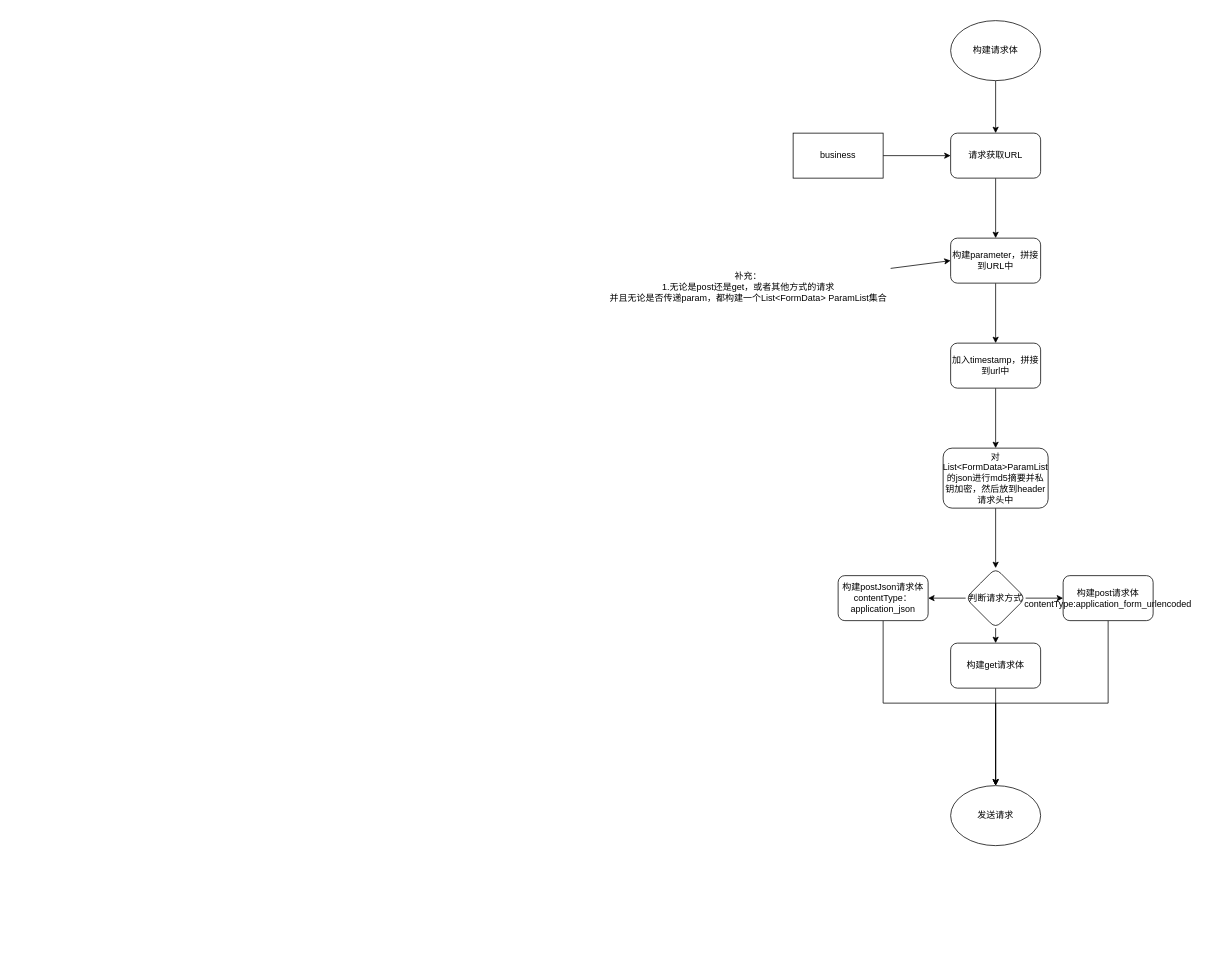
Above: Untitled Diagram.drawio in KiraYoushikage/train_myblog (draw.io), before the change. Source tidied: cells renumbered, new cells numbered last; positions are measured from the earlier drawing's top-left corner, leaving out a move shared by most shapes. Both pictures are drawn from the tidied source at 75%, with x=0, y=0 at pixel (605, 20).
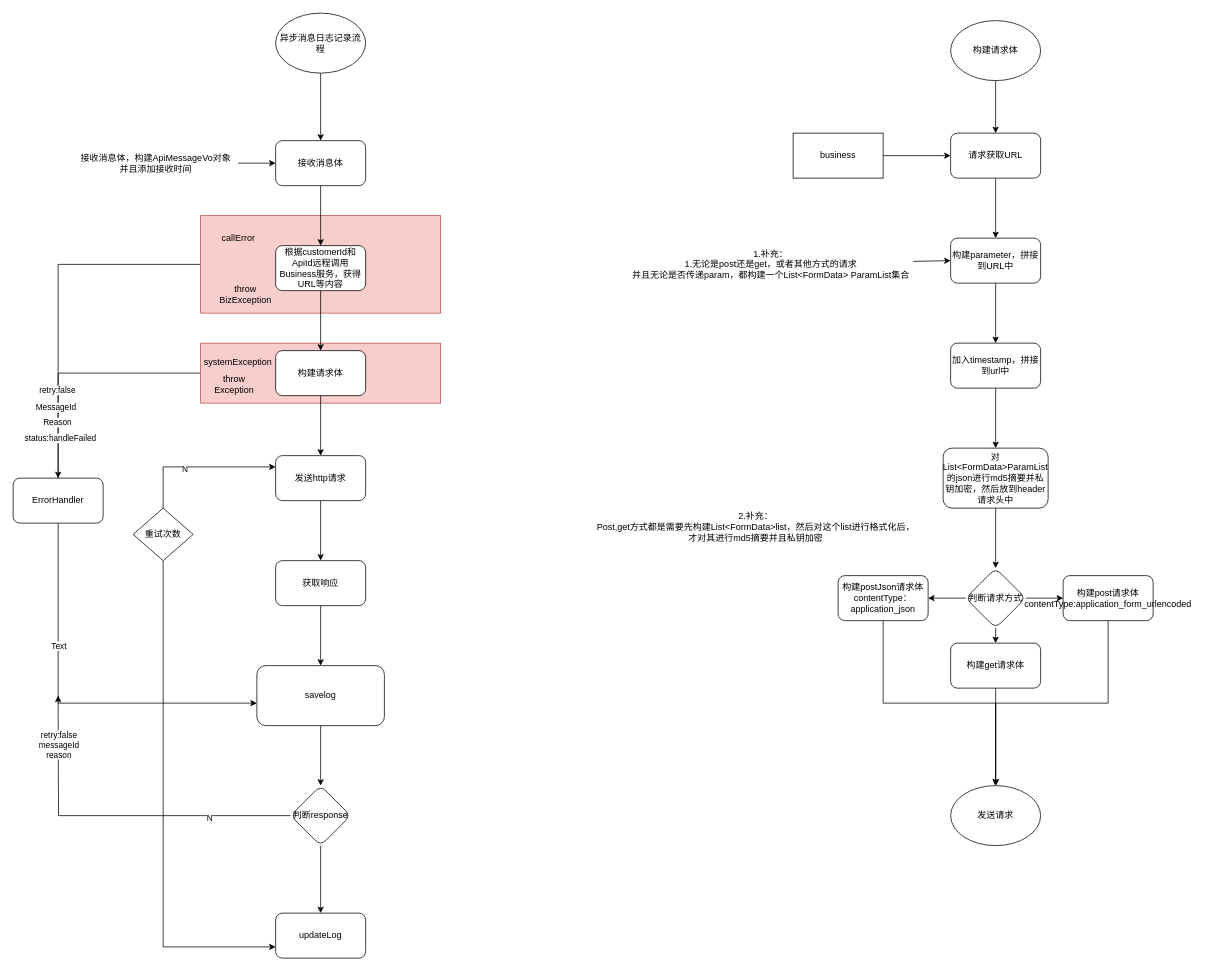
The same page after the edit.

Diff of the diagram source:
```diff
@@
+    <mxCell id="27" style="edgeStyle=orthogonalEdgeStyle;rounded=0;jettySize=auto;html=1;" parent="1" edge="1" source="28">
+      <mxGeometry relative="1" as="geometry">
+        <mxPoint x="-730" y="610" as="targetPoint" />
+        <Array as="points">
+          <mxPoint x="-730" y="470" />
+          <mxPoint x="-730" y="520" />
+        </Array>
+      </mxGeometry>
+    </mxCell>
+    <mxCell id="28" style="rounded=0;whiteSpace=wrap;html=1;fillColor=#f8cecc;strokeColor=#b85450;" parent="1" vertex="1">
+      <mxGeometry x="-540" y="430" width="320" height="80" as="geometry" />
+    </mxCell>
+    <mxCell id="29" style="edgeStyle=orthogonalEdgeStyle;rounded=0;jettySize=auto;html=1;" parent="1" edge="1" source="35" target="48">
+      <mxGeometry relative="1" as="geometry">
+        <Array as="points">
+          <mxPoint x="-730" y="325" />
+          <mxPoint x="-730" y="910" />
+        </Array>
+      </mxGeometry>
+    </mxCell>
+    <mxCell id="30" value="retry:false&lt;br&gt;" style="edgeLabel;html=1;align=center;verticalAlign=middle;" parent="29" vertex="1">
+      <mxGeometry x="-0.3" y="-2" relative="1" as="geometry">
+        <mxPoint y="-7" as="offset" />
+      </mxGeometry>
+    </mxCell>
+    <mxCell id="31" value="MessageId" style="edgeLabel;html=1;align=center;verticalAlign=middle;" parent="29" vertex="1">
+      <mxGeometry x="-0.27" y="-4" relative="1" as="geometry" />
+    </mxCell>
+    <mxCell id="32" value="Reason" style="edgeLabel;html=1;align=center;verticalAlign=middle;" parent="29" vertex="1">
+      <mxGeometry x="-0.23" y="-2" relative="1" as="geometry" />
+    </mxCell>
+    <mxCell id="33" value="status:handleFailed" style="edgeLabel;html=1;align=center;verticalAlign=middle;" parent="29" vertex="1">
+      <mxGeometry x="-0.19" y="2" relative="1" as="geometry" />
+    </mxCell>
+    <mxCell id="34" value="Text" style="edgeLabel;html=1;align=center;verticalAlign=middle;" parent="29" vertex="1">
+      <mxGeometry x="0.34" relative="1" as="geometry">
+        <mxPoint y="1" as="offset" />
+      </mxGeometry>
+    </mxCell>
+    <mxCell id="35" style="rounded=0;whiteSpace=wrap;html=1;fillColor=#f8cecc;strokeColor=#b85450;" parent="1" vertex="1">
+      <mxGeometry x="-540" y="260" width="320" height="130" as="geometry" />
+    </mxCell>
@@
-    <mxCell id="13" value="补充：&lt;br&gt;1.无论是post还是get，或者其他方式的请求&lt;br&gt;并且无论是否传递param，都构建一个List&amp;lt;FormData&amp;gt; ParamList集合" style="text;html=1;align=center;verticalAlign=middle;points=[];strokeColor=none;fillColor=none;" parent="1" vertex="1">
-      <mxGeometry y="330" width="380" height="50" as="geometry" />
+    <mxCell id="13" value="1.补充：&lt;br&gt;1.无论是post还是get，或者其他方式的请求&lt;br&gt;并且无论是否传递param，都构建一个List&amp;lt;FormData&amp;gt; ParamList集合" style="text;html=1;align=center;verticalAlign=middle;points=[];strokeColor=none;fillColor=none;" parent="1" vertex="1">
+      <mxGeometry x="30" y="300" width="380" height="50" as="geometry" />
     </mxCell>
@@
+    <mxCell id="36" value="2.补充：&lt;br&gt;Post,get方式都是需要先构建List&amp;lt;FormData&amp;gt;list，然后对这个list进行格式化后，&lt;br&gt;才对其进行md5摘要并且私钥加密" style="text;html=1;align=center;verticalAlign=middle;strokeColor=none;fillColor=none;" parent="1" vertex="1">
+      <mxGeometry x="-20" y="650" width="440" height="50" as="geometry" />
+    </mxCell>
+    <mxCell id="37" style="edgeStyle=orthogonalEdgeStyle;rounded=0;jettySize=auto;html=1;" parent="1" edge="1" source="38" target="40">
+      <mxGeometry relative="1" as="geometry" />
+    </mxCell>
+    <mxCell id="38" value="异步消息日志记录流程" style="ellipse;whiteSpace=wrap;html=1;" parent="1" vertex="1">
+      <mxGeometry x="-440" y="-10" width="120" height="80" as="geometry" />
+    </mxCell>
+    <mxCell id="39" style="edgeStyle=orthogonalEdgeStyle;rounded=0;jettySize=auto;html=1;" parent="1" edge="1" source="40" target="44">
+      <mxGeometry relative="1" as="geometry" />
+    </mxCell>
+    <mxCell id="40" value="接收消息体" style="rounded=1;whiteSpace=wrap;html=1;" parent="1" vertex="1">
+      <mxGeometry x="-440" y="160" width="120" height="60" as="geometry" />
+    </mxCell>
+    <mxCell id="41" style="edgeStyle=orthogonalEdgeStyle;rounded=0;jettySize=auto;html=1;" parent="1" edge="1" source="42" target="40">
+      <mxGeometry relative="1" as="geometry" />
+    </mxCell>
+    <mxCell id="42" value="接收消息体，构建ApiMessageVo对象&lt;br&gt;并且添加接收时间" style="text;html=1;align=center;verticalAlign=middle;points=[];strokeColor=none;fillColor=none;" parent="1" vertex="1">
+      <mxGeometry x="-710" y="175" width="220" height="30" as="geometry" />
+    </mxCell>
+    <mxCell id="43" style="edgeStyle=orthogonalEdgeStyle;rounded=0;jettySize=auto;html=1;" parent="1" edge="1" source="44" target="46">
+      <mxGeometry relative="1" as="geometry" />
+    </mxCell>
+    <mxCell id="44" value="根据customerId和ApiId远程调用Business服务，获得URL等内容" style="rounded=1;whiteSpace=wrap;html=1;" parent="1" vertex="1">
+      <mxGeometry x="-440" y="300" width="120" height="60" as="geometry" />
+    </mxCell>
+    <mxCell id="45" style="edgeStyle=orthogonalEdgeStyle;rounded=0;jettySize=auto;html=1;" parent="1" edge="1" source="46" target="50">
+      <mxGeometry relative="1" as="geometry" />
+    </mxCell>
+    <mxCell id="46" value="构建请求体" style="whiteSpace=wrap;html=1;rounded=1;" parent="1" vertex="1">
+      <mxGeometry x="-440" y="440" width="120" height="60" as="geometry" />
+    </mxCell>
+    <mxCell id="47" style="edgeStyle=orthogonalEdgeStyle;rounded=0;jettySize=auto;html=1;" parent="1" edge="1" source="48" target="62">
+      <mxGeometry relative="1" as="geometry" />
+    </mxCell>
+    <mxCell id="48" value="savelog" style="rounded=1;whiteSpace=wrap;html=1;" parent="1" vertex="1">
+      <mxGeometry x="-465" y="860" width="170" height="80" as="geometry" />
+    </mxCell>
+    <mxCell id="49" style="edgeStyle=orthogonalEdgeStyle;rounded=0;jettySize=auto;html=1;" parent="1" edge="1" source="50" target="52">
+      <mxGeometry relative="1" as="geometry" />
+    </mxCell>
+    <mxCell id="50" value="发送http请求" style="whiteSpace=wrap;html=1;rounded=1;" parent="1" vertex="1">
+      <mxGeometry x="-440" y="580" width="120" height="60" as="geometry" />
+    </mxCell>
+    <mxCell id="51" style="edgeStyle=orthogonalEdgeStyle;rounded=0;jettySize=auto;html=1;" parent="1" edge="1" source="52" target="48">
+      <mxGeometry relative="1" as="geometry" />
+    </mxCell>
+    <mxCell id="52" value="获取响应" style="whiteSpace=wrap;html=1;rounded=1;" parent="1" vertex="1">
+      <mxGeometry x="-440" y="720" width="120" height="60" as="geometry" />
+    </mxCell>
+    <mxCell id="53" value="callError" style="text;html=1;align=center;verticalAlign=middle;strokeColor=none;fillColor=none;" parent="1" vertex="1">
+      <mxGeometry x="-520" y="280" width="60" height="20" as="geometry" />
+    </mxCell>
+    <mxCell id="54" value="throw BizException" style="text;html=1;strokeColor=none;fillColor=none;align=center;verticalAlign=middle;whiteSpace=wrap;rounded=0;" parent="1" vertex="1">
+      <mxGeometry x="-510" y="350" width="60" height="30" as="geometry" />
+    </mxCell>
+    <mxCell id="55" value="systemException" style="text;html=1;strokeColor=none;fillColor=none;align=center;verticalAlign=middle;whiteSpace=wrap;rounded=0;" parent="1" vertex="1">
+      <mxGeometry x="-520" y="440" width="60" height="30" as="geometry" />
+    </mxCell>
+    <mxCell id="56" value="ErrorHandler" style="rounded=1;whiteSpace=wrap;html=1;" parent="1" vertex="1">
+      <mxGeometry x="-790" y="610" width="120" height="60" as="geometry" />
+    </mxCell>
+    <mxCell id="57" value="throw Exception" style="text;html=1;strokeColor=none;fillColor=none;align=center;verticalAlign=middle;whiteSpace=wrap;rounded=0;" parent="1" vertex="1">
+      <mxGeometry x="-525" y="470" width="60" height="30" as="geometry" />
+    </mxCell>
+    <mxCell id="58" style="edgeStyle=orthogonalEdgeStyle;rounded=0;jettySize=auto;html=1;" parent="1" edge="1" source="62">
+      <mxGeometry relative="1" as="geometry">
+        <mxPoint x="-730" y="900" as="targetPoint" />
+      </mxGeometry>
+    </mxCell>
+    <mxCell id="59" value="N" style="edgeLabel;html=1;align=center;verticalAlign=middle;" parent="58" vertex="1">
+      <mxGeometry x="-0.54" y="3" relative="1" as="geometry">
+        <mxPoint x="-1" as="offset" />
+      </mxGeometry>
+    </mxCell>
+    <mxCell id="60" value="retry:false&lt;br&gt;messageId&lt;br&gt;reason" style="edgeLabel;html=1;align=center;verticalAlign=middle;" parent="58" vertex="1">
+      <mxGeometry x="0.72" relative="1" as="geometry" />
+    </mxCell>
+    <mxCell id="61" style="edgeStyle=orthogonalEdgeStyle;rounded=0;jettySize=auto;html=1;" parent="1" edge="1" source="62" target="67">
+      <mxGeometry relative="1" as="geometry" />
+    </mxCell>
+    <mxCell id="62" value="判断response" style="rhombus;whiteSpace=wrap;html=1;rounded=1;" parent="1" vertex="1">
+      <mxGeometry x="-420" y="1020" width="80" height="80" as="geometry" />
+    </mxCell>
+    <mxCell id="63" style="edgeStyle=orthogonalEdgeStyle;rounded=0;jettySize=auto;html=1;entryX=0;entryY=0.25;entryDx=0;entryDy=0;" parent="1" edge="1" source="66" target="50">
+      <mxGeometry relative="1" as="geometry">
+        <Array as="points">
+          <mxPoint x="-590" y="595" />
+        </Array>
+      </mxGeometry>
+    </mxCell>
+    <mxCell id="64" value="N" style="edgeLabel;html=1;align=center;verticalAlign=middle;" parent="63" vertex="1">
+      <mxGeometry x="-0.19" y="-2" relative="1" as="geometry" />
+    </mxCell>
+    <mxCell id="65" style="edgeStyle=orthogonalEdgeStyle;rounded=0;jettySize=auto;html=1;exitX=0.5;exitY=1;exitDx=0;exitDy=0;entryX=0;entryY=0.75;entryDx=0;entryDy=0;" parent="1" edge="1" source="66" target="67">
+      <mxGeometry relative="1" as="geometry" />
+    </mxCell>
+    <mxCell id="66" value="重试次数" style="rhombus;whiteSpace=wrap;html=1;" parent="1" vertex="1">
+      <mxGeometry x="-630" y="650" width="80" height="70" as="geometry" />
+    </mxCell>
+    <mxCell id="67" value="updateLog" style="whiteSpace=wrap;html=1;rounded=1;" parent="1" vertex="1">
+      <mxGeometry x="-440" y="1190" width="120" height="60" as="geometry" />
+    </mxCell>
```
